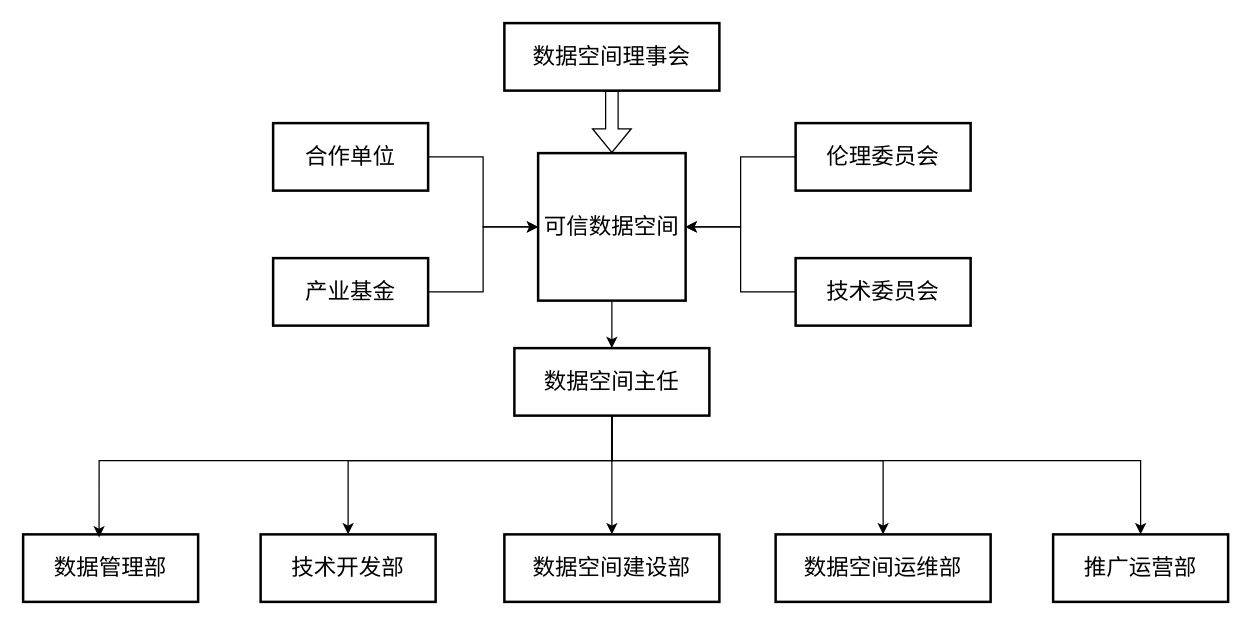
The draw.io diagram 未命名绘图.drawio in leiming8886/codac, before the edit. Source tidied: cells renumbered, new cells numbered last; positions are measured from the earlier drawing's top-left corner, leaving out a move shared by most shapes. Both pictures are drawn from the tidied source at 125%, with x=0, y=0 at pixel (22, 22).
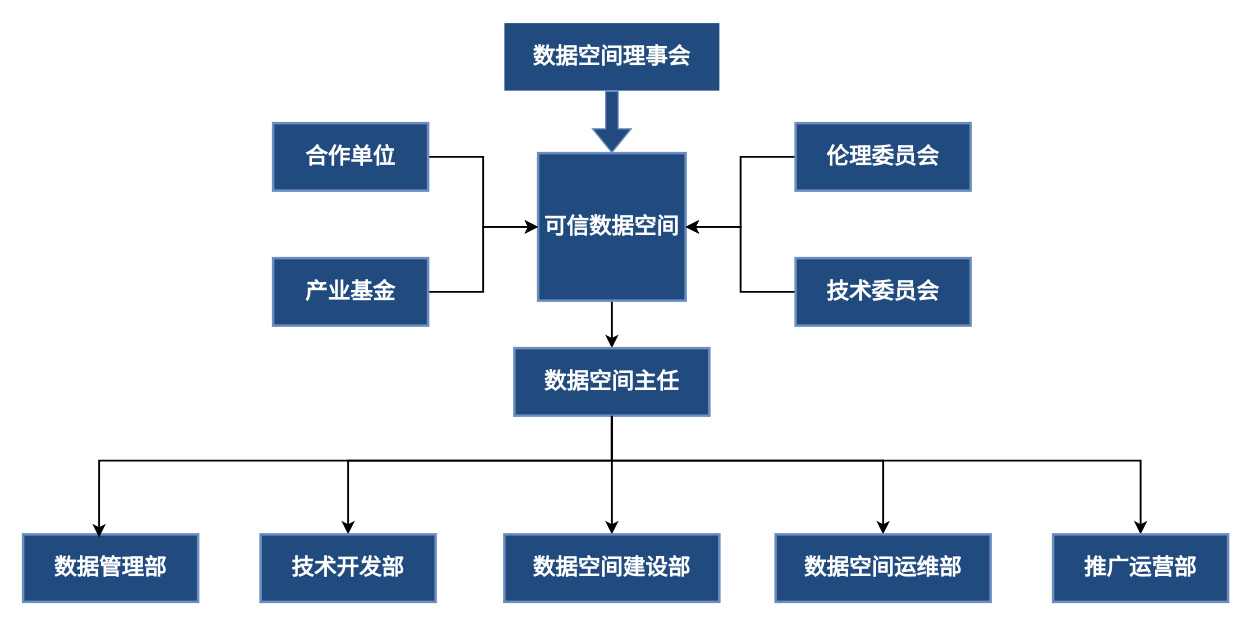
The same diagram, later.

What changed in the source:
```diff
@@
-    <mxCell id="2" value="数据空间理事会" style="whiteSpace=wrap;strokeWidth=2;fontSize=18;" parent="1" vertex="1">
+    <mxCell id="2" value="数据空间理事会" style="whiteSpace=wrap;strokeWidth=2;fontSize=18;fillColor=#214A7E;strokeColor=none;fontStyle=1;fontColor=#FFFFFF;fillStyle=auto;" parent="1" vertex="1">
       <mxGeometry x="385" width="172" height="54" as="geometry" />
     </mxCell>
-    <mxCell id="3" style="edgeStyle=orthogonalEdgeStyle;rounded=0;jettySize=auto;html=1;exitX=0.5;exitY=1;exitDx=0;exitDy=0;entryX=0.5;entryY=0;entryDx=0;entryDy=0;fontSize=18;" parent="1" edge="1" source="4" target="9">
+    <mxCell id="3" style="edgeStyle=orthogonalEdgeStyle;rounded=0;jettySize=auto;html=1;exitX=0.5;exitY=1;exitDx=0;exitDy=0;entryX=0.5;entryY=0;entryDx=0;entryDy=0;fontSize=18;fontStyle=1;fontColor=#FFFFFF;strokeWidth=1.5;" parent="1" edge="1" source="4" target="9">
       <mxGeometry relative="1" as="geometry" />
     </mxCell>
-    <mxCell id="4" value="可信数据空间" style="strokeWidth=2;whiteSpace=wrap;flipV=1;fontSize=18;" parent="1" vertex="1">
+    <mxCell id="4" value="可信数据空间" style="strokeWidth=2;whiteSpace=wrap;flipV=1;fontSize=18;fillColor=#214A7E;strokeColor=#6C8EBF;fontStyle=1;fontColor=#FFFFFF;" parent="1" vertex="1">
       <mxGeometry x="412" y="104" width="118" height="118" as="geometry" />
     </mxCell>
-    <mxCell id="5" style="edgeStyle=orthogonalEdgeStyle;rounded=0;jettySize=auto;html=1;entryX=0.5;entryY=0;entryDx=0;entryDy=0;" parent="1" edge="1" source="9" target="15">
+    <mxCell id="5" style="edgeStyle=orthogonalEdgeStyle;rounded=0;jettySize=auto;html=1;entryX=0.5;entryY=0;entryDx=0;entryDy=0;fontStyle=1;fontColor=#FFFFFF;strokeWidth=1.5;" parent="1" edge="1" source="9" target="15">
       <mxGeometry relative="1" as="geometry">
         <Array as="points">
           <mxPoint x="471" y="350" />
           <mxPoint x="260" y="350" />
         </Array>
       </mxGeometry>
     </mxCell>
-    <mxCell id="6" style="edgeStyle=orthogonalEdgeStyle;rounded=0;jettySize=auto;html=1;entryX=0.5;entryY=0;entryDx=0;entryDy=0;" parent="1" edge="1" source="9" target="16">
+    <mxCell id="6" style="edgeStyle=orthogonalEdgeStyle;rounded=0;jettySize=auto;html=1;entryX=0.5;entryY=0;entryDx=0;entryDy=0;fontStyle=1;fontColor=#FFFFFF;strokeWidth=1.5;" parent="1" edge="1" source="9" target="16">
       <mxGeometry relative="1" as="geometry" />
     </mxCell>
-    <mxCell id="7" style="edgeStyle=orthogonalEdgeStyle;rounded=0;jettySize=auto;html=1;entryX=0.5;entryY=0;entryDx=0;entryDy=0;" parent="1" edge="1" source="9" target="17">
+    <mxCell id="7" style="edgeStyle=orthogonalEdgeStyle;rounded=0;jettySize=auto;html=1;entryX=0.5;entryY=0;entryDx=0;entryDy=0;fontStyle=1;fontColor=#FFFFFF;strokeWidth=1.5;" parent="1" edge="1" source="9" target="17">
       <mxGeometry relative="1" as="geometry">
         <Array as="points">
           <mxPoint x="471" y="350" />
           <mxPoint x="688" y="350" />
         </Array>
       </mxGeometry>
     </mxCell>
-    <mxCell id="8" style="edgeStyle=orthogonalEdgeStyle;rounded=0;jettySize=auto;html=1;entryX=0.5;entryY=0;entryDx=0;entryDy=0;" parent="1" edge="1" source="9" target="18">
+    <mxCell id="8" style="edgeStyle=orthogonalEdgeStyle;rounded=0;jettySize=auto;html=1;entryX=0.5;entryY=0;entryDx=0;entryDy=0;fontStyle=1;fontColor=#FFFFFF;strokeWidth=1.5;" parent="1" edge="1" source="9" target="18">
       <mxGeometry relative="1" as="geometry">
         <Array as="points">
           <mxPoint x="471" y="350" />
           <mxPoint x="894" y="350" />
         </Array>
       </mxGeometry>
     </mxCell>
-    <mxCell id="9" value="数据空间主任" style="whiteSpace=wrap;strokeWidth=2;fontSize=18;" parent="1" vertex="1">
+    <mxCell id="9" value="数据空间主任" style="whiteSpace=wrap;strokeWidth=2;fontSize=18;fillColor=#214A7E;strokeColor=#6C8EBF;fontStyle=1;fontColor=#FFFFFF;" parent="1" vertex="1">
       <mxGeometry x="393" y="260" width="156" height="54" as="geometry" />
     </mxCell>
-    <mxCell id="10" style="edgeStyle=orthogonalEdgeStyle;rounded=0;jettySize=auto;html=1;exitX=0;exitY=0.5;exitDx=0;exitDy=0;entryX=1;entryY=0.5;entryDx=0;entryDy=0;fontSize=18;" parent="1" edge="1" source="11" target="4">
+    <mxCell id="10" style="edgeStyle=orthogonalEdgeStyle;rounded=0;jettySize=auto;html=1;exitX=0;exitY=0.5;exitDx=0;exitDy=0;entryX=1;entryY=0.5;entryDx=0;entryDy=0;fontSize=18;fontStyle=1;fontColor=#FFFFFF;strokeWidth=1.5;" parent="1" edge="1" source="11" target="4">
       <mxGeometry relative="1" as="geometry" />
     </mxCell>
-    <mxCell id="11" value="伦理委员会" style="whiteSpace=wrap;strokeWidth=2;fontSize=18;" parent="1" vertex="1">
+    <mxCell id="11" value="伦理委员会" style="whiteSpace=wrap;strokeWidth=2;fontSize=18;fillColor=#214A7E;strokeColor=#6C8EBF;fontStyle=1;fontColor=#FFFFFF;" parent="1" vertex="1">
       <mxGeometry x="618" y="80" width="140" height="54" as="geometry" />
     </mxCell>
-    <mxCell id="12" style="edgeStyle=orthogonalEdgeStyle;rounded=0;jettySize=auto;html=1;entryX=0;entryY=0.5;entryDx=0;entryDy=0;" parent="1" edge="1" source="13" target="4">
+    <mxCell id="12" style="edgeStyle=orthogonalEdgeStyle;rounded=0;jettySize=auto;html=1;entryX=0;entryY=0.5;entryDx=0;entryDy=0;fontStyle=1;fontColor=#FFFFFF;strokeWidth=1.5;" parent="1" edge="1" source="13" target="4">
       <mxGeometry relative="1" as="geometry" />
     </mxCell>
-    <mxCell id="13" value="产业基金" style="whiteSpace=wrap;strokeWidth=2;fontSize=18;" parent="1" vertex="1">
+    <mxCell id="13" value="产业基金" style="whiteSpace=wrap;strokeWidth=2;fontSize=18;fillColor=#214A7E;strokeColor=#6C8EBF;fontStyle=1;fontColor=#FFFFFF;" parent="1" vertex="1">
       <mxGeometry x="200" y="188" width="124" height="54" as="geometry" />
     </mxCell>
-    <mxCell id="14" value="数据管理部" style="whiteSpace=wrap;strokeWidth=2;fontSize=18;" parent="1" vertex="1">
+    <mxCell id="14" value="数据管理部" style="whiteSpace=wrap;strokeWidth=2;fontSize=18;fillColor=#214A7E;strokeColor=#6C8EBF;fontStyle=1;fontColor=#FFFFFF;" parent="1" vertex="1">
       <mxGeometry y="409" width="140" height="54" as="geometry" />
     </mxCell>
-    <mxCell id="15" value="技术开发部" style="whiteSpace=wrap;strokeWidth=2;fontSize=18;" parent="1" vertex="1">
+    <mxCell id="15" value="技术开发部" style="whiteSpace=wrap;strokeWidth=2;fontSize=18;fillColor=#214A7E;strokeColor=#6C8EBF;fontStyle=1;fontColor=#FFFFFF;" parent="1" vertex="1">
       <mxGeometry x="190" y="409" width="140" height="54" as="geometry" />
     </mxCell>
-    <mxCell id="16" value="数据空间建设部" style="whiteSpace=wrap;strokeWidth=2;fontSize=18;" parent="1" vertex="1">
+    <mxCell id="16" value="数据空间建设部" style="whiteSpace=wrap;strokeWidth=2;fontSize=18;fillColor=#214A7E;strokeColor=#6C8EBF;fontStyle=1;fontColor=#FFFFFF;" parent="1" vertex="1">
       <mxGeometry x="385" y="409" width="172" height="54" as="geometry" />
     </mxCell>
-    <mxCell id="17" value="数据空间运维部" style="whiteSpace=wrap;strokeWidth=2;fontSize=18;" parent="1" vertex="1">
+    <mxCell id="17" value="数据空间运维部" style="whiteSpace=wrap;strokeWidth=2;fontSize=18;fillColor=#214A7E;strokeColor=#6C8EBF;fontStyle=1;fontColor=#FFFFFF;" parent="1" vertex="1">
       <mxGeometry x="602" y="409" width="172" height="54" as="geometry" />
     </mxCell>
-    <mxCell id="18" value="推广运营部" style="whiteSpace=wrap;strokeWidth=2;fontSize=18;" parent="1" vertex="1">
+    <mxCell id="18" value="推广运营部" style="whiteSpace=wrap;strokeWidth=2;fontSize=18;fillColor=#214A7E;strokeColor=#6C8EBF;fontStyle=1;fontColor=#FFFFFF;" parent="1" vertex="1">
       <mxGeometry x="824" y="409" width="140" height="54" as="geometry" />
     </mxCell>
-    <mxCell id="19" style="edgeStyle=orthogonalEdgeStyle;rounded=0;jettySize=auto;html=1;entryX=0;entryY=0.5;entryDx=0;entryDy=0;" parent="1" edge="1" source="20" target="4">
+    <mxCell id="19" style="edgeStyle=orthogonalEdgeStyle;rounded=0;jettySize=auto;html=1;entryX=0;entryY=0.5;entryDx=0;entryDy=0;fontStyle=1;fontColor=#FFFFFF;strokeWidth=1.5;" parent="1" edge="1" source="20" target="4">
       <mxGeometry relative="1" as="geometry" />
     </mxCell>
-    <mxCell id="20" value="合作单位" style="whiteSpace=wrap;strokeWidth=2;fontSize=18;" parent="1" vertex="1">
+    <mxCell id="20" value="合作单位" style="whiteSpace=wrap;strokeWidth=2;fontSize=18;fillColor=#214A7E;strokeColor=#6C8EBF;fontStyle=1;fontColor=#FFFFFF;" parent="1" vertex="1">
       <mxGeometry x="200" y="80" width="124" height="54" as="geometry" />
     </mxCell>
-    <mxCell id="21" style="edgeStyle=orthogonalEdgeStyle;rounded=0;jettySize=auto;html=1;entryX=1;entryY=0.5;entryDx=0;entryDy=0;fontSize=18;" parent="1" edge="1" source="22" target="4">
+    <mxCell id="21" style="edgeStyle=orthogonalEdgeStyle;rounded=0;jettySize=auto;html=1;entryX=1;entryY=0.5;entryDx=0;entryDy=0;fontSize=18;fontStyle=1;fontColor=#FFFFFF;strokeWidth=1.5;" parent="1" edge="1" source="22" target="4">
       <mxGeometry relative="1" as="geometry" />
     </mxCell>
-    <mxCell id="22" value="技术委员会" style="whiteSpace=wrap;strokeWidth=2;fontSize=18;" parent="1" vertex="1">
+    <mxCell id="22" value="技术委员会" style="whiteSpace=wrap;strokeWidth=2;fontSize=18;fillColor=#214A7E;strokeColor=#6C8EBF;fontStyle=1;fontColor=#FFFFFF;" parent="1" vertex="1">
       <mxGeometry x="618" y="188" width="140" height="54" as="geometry" />
     </mxCell>
-    <mxCell id="23" style="shape=flexArrow;endArrow=classic;html=1;rounded=0;entryX=0.5;entryY=0;entryDx=0;entryDy=0;exitX=0.5;exitY=1;exitDx=0;exitDy=0;fontSize=18;" parent="1" edge="1" source="2" target="4">
+    <mxCell id="23" style="shape=flexArrow;endArrow=classic;html=1;rounded=0;entryX=0.5;entryY=0;entryDx=0;entryDy=0;exitX=0.5;exitY=1;exitDx=0;exitDy=0;fontSize=18;fillColor=#214A7E;strokeColor=#6c8ebf;fontStyle=1;fontColor=#FFFFFF;" parent="1" edge="1" source="2" target="4">
       <mxGeometry relative="1" as="geometry" />
     </mxCell>
-    <mxCell id="24" style="edgeStyle=orthogonalEdgeStyle;rounded=0;jettySize=auto;html=1;entryX=0.434;entryY=0.045;entryDx=0;entryDy=0;entryPerimeter=0;" parent="1" edge="1" source="9" target="14">
+    <mxCell id="24" style="edgeStyle=orthogonalEdgeStyle;rounded=0;jettySize=auto;html=1;entryX=0.434;entryY=0.045;entryDx=0;entryDy=0;entryPerimeter=0;fontStyle=1;fontColor=#FFFFFF;strokeWidth=1.5;" parent="1" edge="1" source="9" target="14">
       <mxGeometry relative="1" as="geometry">
         <Array as="points">
           <mxPoint x="471" y="350" />
           <mxPoint x="61" y="350" />
         </Array>
       </mxGeometry>
     </mxCell>
```
